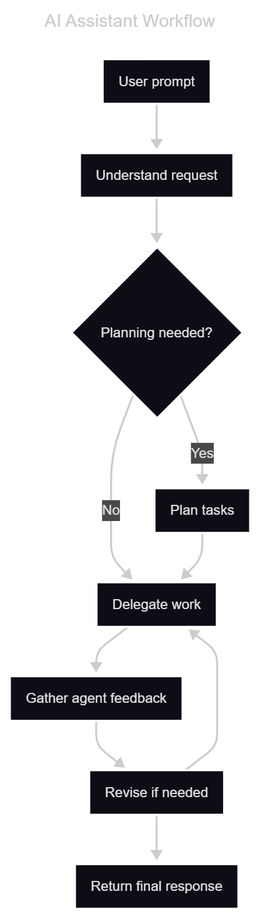
Above: docs/toolcalling-diagrams/assistant-workflow.png in alexop1000/slop-engine (Mermaid), before the change. Its source is kept beside it as docs/toolcalling-diagrams/assistant-workflow.mmd. Source of this version:
```mermaid
---
title: AI Assistant Workflow
---

flowchart TD
    A[User prompt] --> B[Understand request]
    B --> C{Planning needed?}
    C -- Yes --> D[Plan tasks]
    C -- No --> E[Delegate work]
    D --> E
    E --> F[Gather agent feedback]
    G --> E
    F --> G[Revise if needed]
    G --> H[Return final response]
```
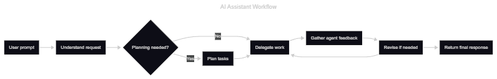
The same file after the commit.

Commit message:
changed layout of flowchart

Diff of the diagram source:
```diff
@@ -2,7 +2,7 @@
 title: AI Assistant Workflow
 ---
 
-flowchart TD
+flowchart LR
     A[User prompt] --> B[Understand request]
     B --> C{Planning needed?}
     C -- Yes --> D[Plan tasks]
```
